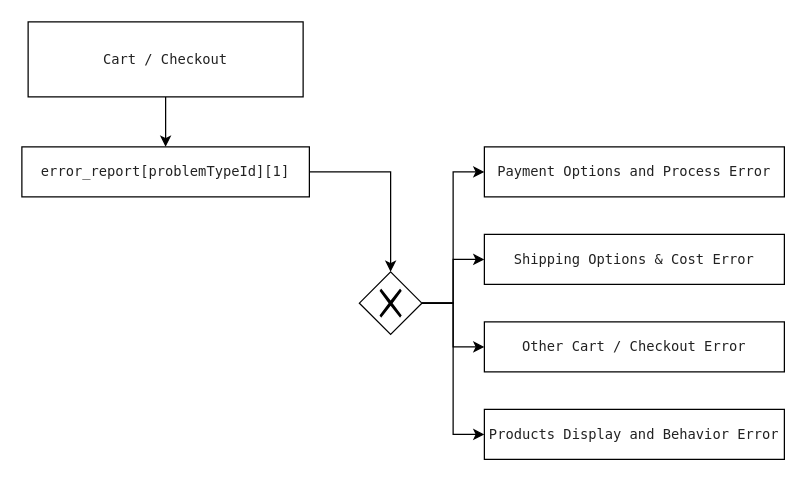
This is page "Cart / Checkout" (2 of 11) of report-error.drawio from yvelio/test, a draw.io file, before an edit. Source tidied: cells renumbered, new cells numbered last; positions are measured from the earlier drawing's top-left corner, leaving out a move shared by most shapes. Both pictures are drawn from the tidied source at 125%, with x=0, y=0 at pixel (21, 21).
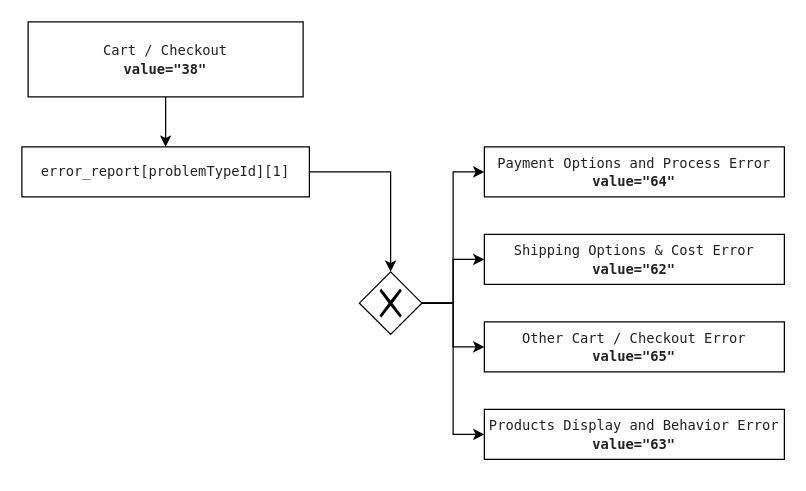
The same diagram, later.

The edit, as a diff of the source:
```diff
@@
 <mxGraphModel>
   <root>
     <mxCell id="0" />
     <mxCell id="1" parent="0" />
     <mxCell id="2" style="edgeStyle=orthogonalEdgeStyle;rounded=0;jettySize=auto;html=1;entryX=0.5;entryY=0;entryDx=0;entryDy=0;" parent="1" edge="1" source="3" target="12">
       <mxGeometry relative="1" as="geometry" />
     </mxCell>
     <mxCell id="3" value="&lt;span style=&quot;color: rgb(34 , 34 , 34) ; font-family: &amp;#34;menlo&amp;#34; , monospace ; font-size: 11px ; text-align: left ; background-color: rgb(255 , 255 , 255)&quot;&gt;error_report[problemTypeId][1]&lt;/span&gt;" style="whiteSpace=wrap;html=1;" parent="1" vertex="1">
       <mxGeometry y="100" width="230" height="40" as="geometry" />
     </mxCell>
-    <mxCell id="4" value="&lt;span style=&quot;color: rgb(34 , 34 , 34) ; font-family: &amp;#34;menlo&amp;#34; , monospace ; font-size: 11px ; text-align: left ; background-color: rgb(255 , 255 , 255)&quot;&gt;Payment Options and Process Error&lt;br&gt;     &lt;/span&gt;" style="whiteSpace=wrap;html=1;" parent="1" vertex="1">
+    <mxCell id="4" value="&lt;span style=&quot;text-align: left ; background-color: rgb(255 , 255 , 255)&quot;&gt;&lt;font color=&quot;#222222&quot; face=&quot;menlo, monospace&quot;&gt;&lt;span style=&quot;font-size: 11px&quot;&gt;Payment Options and Process Error&lt;/span&gt;&lt;/font&gt;&lt;br&gt;&lt;font color=&quot;#222222&quot; face=&quot;menlo, monospace&quot;&gt;&lt;span style=&quot;font-size: 11px&quot;&gt;&lt;b&gt;value=&quot;64&quot;&lt;/b&gt;&lt;/span&gt;&lt;/font&gt;&lt;br&gt;     &lt;/span&gt;" style="whiteSpace=wrap;html=1;" parent="1" vertex="1">
       <mxGeometry x="370" y="100" width="240" height="40" as="geometry" />
     </mxCell>
-    <mxCell id="5" value="&lt;span style=&quot;color: rgb(34 , 34 , 34) ; font-family: &amp;#34;menlo&amp;#34; , monospace ; font-size: 11px ; text-align: left ; background-color: rgb(255 , 255 , 255)&quot;&gt;Shipping Options &amp;amp; Cost Error&lt;/span&gt;" style="whiteSpace=wrap;html=1;" parent="1" vertex="1">
+    <mxCell id="5" value="&lt;span style=&quot;text-align: left ; background-color: rgb(255 , 255 , 255)&quot;&gt;&lt;font color=&quot;#222222&quot; face=&quot;menlo, monospace&quot;&gt;&lt;span style=&quot;font-size: 11px&quot;&gt;Shipping Options &amp;amp; Cost Error&lt;/span&gt;&lt;/font&gt;&lt;br&gt;&lt;font color=&quot;#222222&quot; face=&quot;menlo, monospace&quot;&gt;&lt;span style=&quot;font-size: 11px&quot;&gt;&lt;b&gt;value=&quot;62&quot;&lt;/b&gt;&lt;/span&gt;&lt;/font&gt;&lt;br&gt;&lt;/span&gt;" style="whiteSpace=wrap;html=1;" parent="1" vertex="1">
       <mxGeometry x="370" y="170" width="240" height="40" as="geometry" />
     </mxCell>
-    <mxCell id="6" value="&lt;span style=&quot;color: rgb(34 , 34 , 34) ; font-family: &amp;#34;menlo&amp;#34; , monospace ; font-size: 11px ; text-align: left ; background-color: rgb(255 , 255 , 255)&quot;&gt;Other Cart / Checkout Error&lt;/span&gt;" style="whiteSpace=wrap;html=1;" parent="1" vertex="1">
+    <mxCell id="6" value="&lt;span style=&quot;text-align: left ; background-color: rgb(255 , 255 , 255)&quot;&gt;&lt;font color=&quot;#222222&quot; face=&quot;menlo, monospace&quot;&gt;&lt;span style=&quot;font-size: 11px&quot;&gt;Other Cart / Checkout Error&lt;/span&gt;&lt;/font&gt;&lt;br&gt;&lt;font color=&quot;#222222&quot; face=&quot;menlo, monospace&quot;&gt;&lt;span style=&quot;font-size: 11px&quot;&gt;&lt;b&gt;value=&quot;65&quot;&lt;/b&gt;&lt;/span&gt;&lt;/font&gt;&lt;br&gt;&lt;/span&gt;" style="whiteSpace=wrap;html=1;" parent="1" vertex="1">
       <mxGeometry x="370" y="240" width="240" height="40" as="geometry" />
     </mxCell>
-    <mxCell id="7" value="&lt;span style=&quot;color: rgb(34 , 34 , 34) ; font-family: &amp;#34;menlo&amp;#34; , monospace ; font-size: 11px ; text-align: left ; background-color: rgb(255 , 255 , 255)&quot;&gt;Products Display and Behavior Error&lt;/span&gt;" style="whiteSpace=wrap;html=1;" parent="1" vertex="1">
+    <mxCell id="7" value="&lt;span style=&quot;text-align: left ; background-color: rgb(255 , 255 , 255)&quot;&gt;&lt;font color=&quot;#222222&quot; face=&quot;menlo, monospace&quot;&gt;&lt;span style=&quot;font-size: 11px&quot;&gt;Products Display and Behavior Error&lt;/span&gt;&lt;/font&gt;&lt;br&gt;&lt;font color=&quot;#222222&quot; face=&quot;menlo, monospace&quot;&gt;&lt;span style=&quot;font-size: 11px&quot;&gt;&lt;b&gt;value=&quot;63&quot;&lt;/b&gt;&lt;/span&gt;&lt;/font&gt;&lt;br&gt;&lt;/span&gt;" style="whiteSpace=wrap;html=1;" parent="1" vertex="1">
       <mxGeometry x="370" y="310" width="240" height="40" as="geometry" />
     </mxCell>
     <mxCell id="8" style="edgeStyle=orthogonalEdgeStyle;rounded=0;jettySize=auto;html=1;entryX=0;entryY=0.5;entryDx=0;entryDy=0;" parent="1" edge="1" source="12" target="4">
       <mxGeometry relative="1" as="geometry" />
     </mxCell>
     <mxCell id="9" style="edgeStyle=orthogonalEdgeStyle;rounded=0;jettySize=auto;html=1;entryX=0;entryY=0.5;entryDx=0;entryDy=0;" parent="1" edge="1" source="12" target="5">
       <mxGeometry relative="1" as="geometry" />
     </mxCell>
     <mxCell id="10" style="edgeStyle=orthogonalEdgeStyle;rounded=0;jettySize=auto;html=1;entryX=0;entryY=0.5;entryDx=0;entryDy=0;" parent="1" edge="1" source="12" target="6">
       <mxGeometry relative="1" as="geometry" />
     </mxCell>
     <mxCell id="11" style="edgeStyle=orthogonalEdgeStyle;rounded=0;jettySize=auto;html=1;entryX=0;entryY=0.5;entryDx=0;entryDy=0;" parent="1" edge="1" source="12" target="7">
       <mxGeometry relative="1" as="geometry" />
     </mxCell>
     <mxCell id="12" style="shape=mxgraph.bpmn.shape;html=1;verticalLabelPosition=bottom;labelBackgroundColor=#ffffff;verticalAlign=top;align=center;perimeter=rhombusPerimeter;background=gateway;outlineConnect=0;outline=none;symbol=exclusiveGw;" parent="1" vertex="1">
       <mxGeometry x="270" y="200" width="50" height="50" as="geometry" />
     </mxCell>
     <mxCell id="13" style="edgeStyle=orthogonalEdgeStyle;rounded=0;orthogonalLoop=1;jettySize=auto;html=1;exitX=0.5;exitY=1;exitDx=0;exitDy=0;" parent="1" edge="1" source="7" target="7">
       <mxGeometry relative="1" as="geometry" />
     </mxCell>
     <mxCell id="14" style="edgeStyle=none;rounded=0;jettySize=auto;html=1;" parent="1" edge="1" source="15" target="3">
       <mxGeometry relative="1" as="geometry" />
     </mxCell>
-    <mxCell id="15" value="&lt;span style=&quot;color: rgb(34 , 34 , 34) ; font-family: &amp;#34;menlo&amp;#34; , monospace ; font-size: 11px ; text-align: left ; background-color: rgb(255 , 255 , 255)&quot;&gt;Cart / Checkout&lt;/span&gt;" style="rounded=0;whiteSpace=wrap;html=1;" parent="1" vertex="1">
+    <mxCell id="15" value="&lt;span style=&quot;color: rgb(34 , 34 , 34) ; font-family: &amp;#34;menlo&amp;#34; , monospace ; font-size: 11px ; text-align: left ; background-color: rgb(255 , 255 , 255)&quot;&gt;Cart / Checkout&lt;br&gt;&lt;/span&gt;&lt;b style=&quot;color: rgb(34 , 34 , 34) ; font-family: &amp;#34;menlo&amp;#34; , monospace ; font-size: 11px ; text-align: left ; background-color: rgb(255 , 255 , 255)&quot;&gt;value=&quot;38&quot;&lt;/b&gt;&lt;span style=&quot;color: rgb(34 , 34 , 34) ; font-family: &amp;#34;menlo&amp;#34; , monospace ; font-size: 11px ; text-align: left ; background-color: rgb(255 , 255 , 255)&quot;&gt;&lt;br&gt;&lt;/span&gt;" style="rounded=0;whiteSpace=wrap;html=1;" parent="1" vertex="1">
       <mxGeometry x="5" width="220" height="60" as="geometry" />
     </mxCell>
   </root>
 </mxGraphModel>
```
